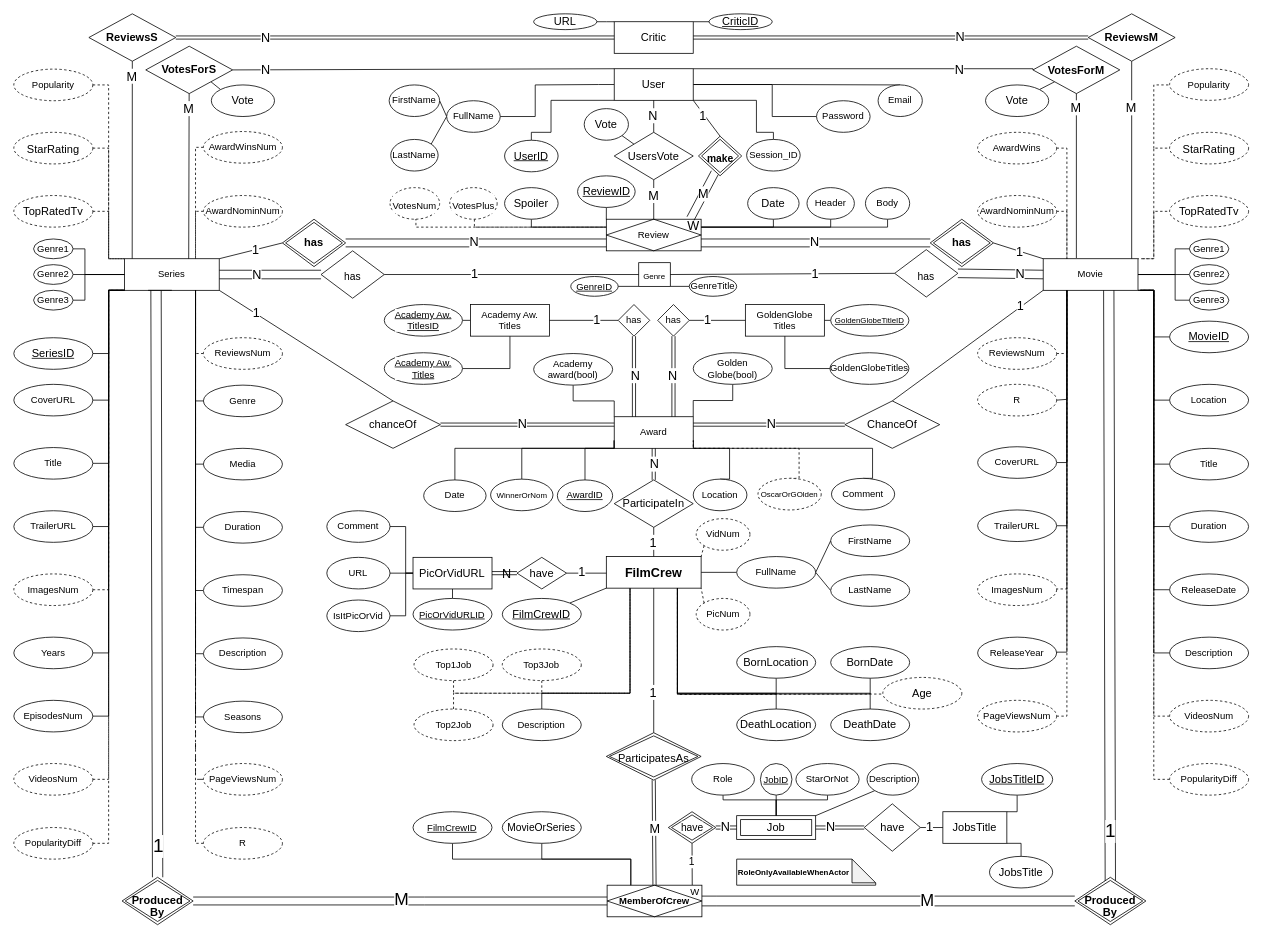
Before: nvmOne.drawio in Balasis/Yada_Yada, a draw.io diagram. Source tidied: cells renumbered, new cells numbered last; positions are measured from the earlier drawing's top-left corner, leaving out a move shared by most shapes. Both pictures are drawn from the tidied source at 79%, with x=0, y=0 at pixel (13, 13).
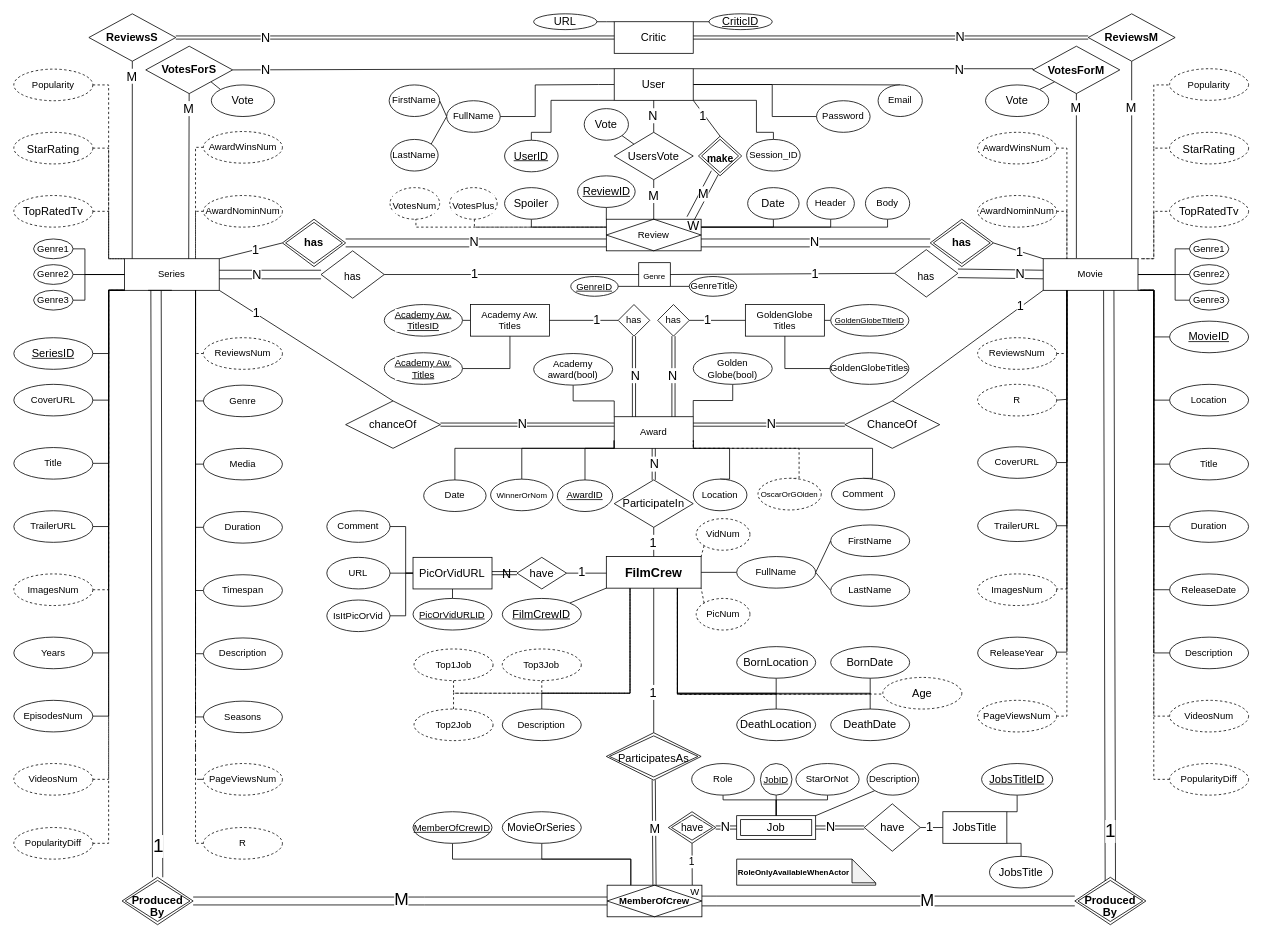
The same diagram, later.

What changed in the source:
```diff
@@
-    <mxCell id="131" value="&lt;font style=&quot;font-size: 12px;&quot;&gt;FilmCrewID&lt;/font&gt;" style="ellipse;whiteSpace=wrap;html=1;align=center;fontStyle=4;fontSize=14;" parent="1" vertex="1">
+    <mxCell id="131" value="&lt;font style=&quot;font-size: 12px;&quot;&gt;MemberOfCrewID&lt;/font&gt;" style="ellipse;whiteSpace=wrap;html=1;align=center;fontStyle=4;fontSize=14;" parent="1" vertex="1">
       <mxGeometry x="505.3" y="1010" width="100" height="40" as="geometry" />
     </mxCell>
@@
-    <mxCell id="135" value="AwardWins" style="ellipse;whiteSpace=wrap;html=1;align=center;dashed=1;" parent="1" vertex="1">
+    <mxCell id="135" value="AwardWinsNum" style="ellipse;whiteSpace=wrap;html=1;align=center;dashed=1;" parent="1" vertex="1">
       <mxGeometry x="1220" y="150" width="100" height="40" as="geometry" />
     </mxCell>
```
